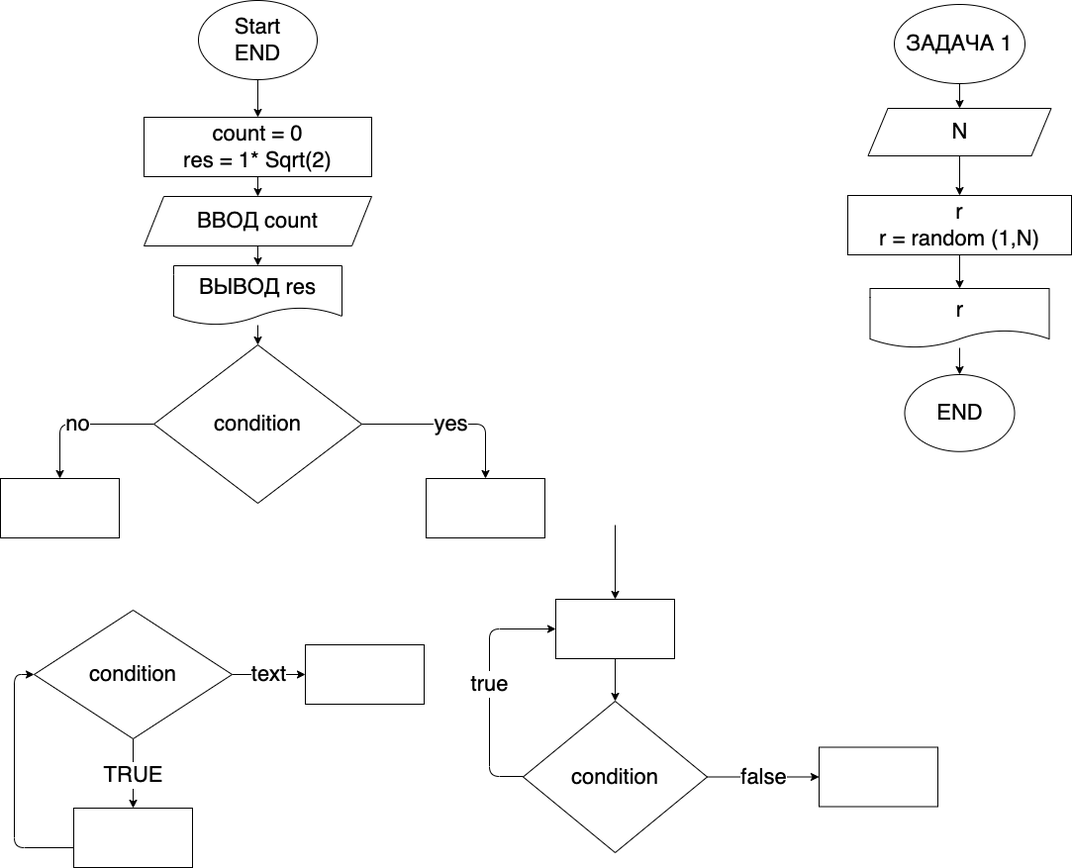
DiNorva/practice_temp keeps this draw.io diagram as ex000.drawio.png. Above is the earlier version. Source tidied: cells renumbered, new cells last; positions are measured from the earlier drawing's top-left corner, leaving out a move shared by most shapes.
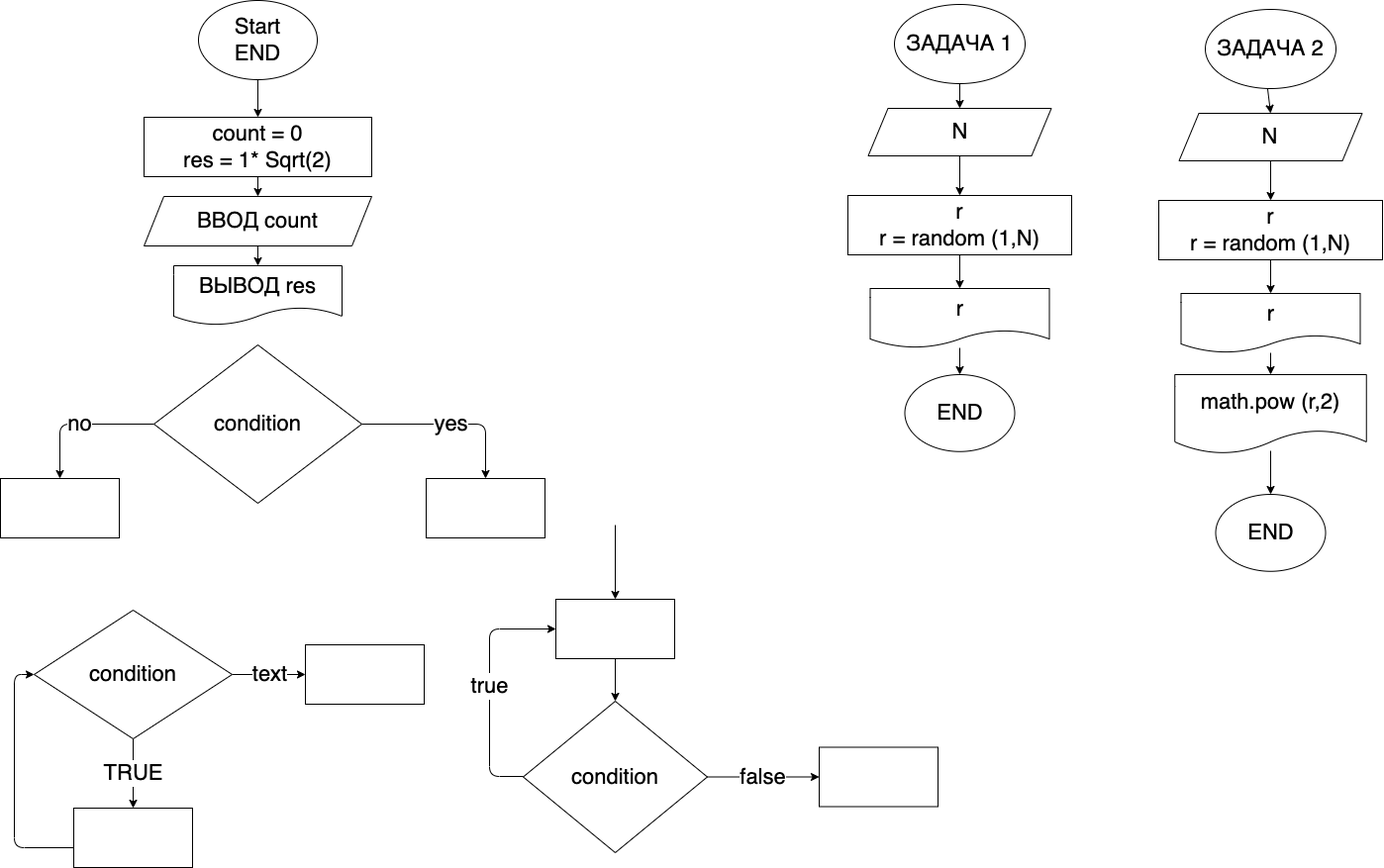
After the change.

Commit message:
Задача 2. Показать на экран случайное число от 1 до N, а потом показать квадрат этого числа

What changed in the source:
```diff
@@ -20,9 +20,6 @@
     <mxCell id="7" value="ВВОД count" style="shape=parallelogram;perimeter=parallelogramPerimeter;whiteSpace=wrap;html=1;fixedSize=1;fontSize=22;" parent="1" vertex="1">
       <mxGeometry x="145" y="198" width="230" height="50" as="geometry" />
     </mxCell>
-    <mxCell id="8" style="edgeStyle=none;html=1;fontSize=22;" parent="1" edge="1" source="9" target="12">
-      <mxGeometry relative="1" as="geometry" />
-    </mxCell>
     <mxCell id="9" value="ВЫВОД res" style="shape=document;whiteSpace=wrap;html=1;boundedLbl=1;fontSize=22;" parent="1" vertex="1">
       <mxGeometry x="175" y="268" width="170" height="60" as="geometry" />
     </mxCell>
@@ -129,5 +126,40 @@
     <mxCell id="36" value="END" style="ellipse;whiteSpace=wrap;html=1;fontSize=22;" parent="1" vertex="1">
       <mxGeometry x="913.5" y="378" width="111" height="77.8" as="geometry" />
     </mxCell>
+    <mxCell id="37" style="edgeStyle=none;html=1;fontSize=22;" parent="1" edge="1" source="38" target="40">
+      <mxGeometry relative="1" as="geometry" />
+    </mxCell>
+    <mxCell id="38" value="ЗАДАЧА 2" style="ellipse;whiteSpace=wrap;html=1;fontSize=22;" parent="1" vertex="1">
+      <mxGeometry x="1217" y="9" width="132" height="80" as="geometry" />
+    </mxCell>
+    <mxCell id="39" style="edgeStyle=none;html=1;fontSize=22;" parent="1" edge="1" source="40" target="42">
+      <mxGeometry relative="1" as="geometry" />
+    </mxCell>
+    <mxCell id="40" value="N" style="shape=parallelogram;perimeter=parallelogramPerimeter;whiteSpace=wrap;html=1;fixedSize=1;fontSize=22;" parent="1" vertex="1">
+      <mxGeometry x="1190.5" y="114" width="185" height="48" as="geometry" />
+    </mxCell>
+    <mxCell id="41" style="edgeStyle=none;html=1;fontSize=22;" parent="1" edge="1" source="42" target="44">
+      <mxGeometry relative="1" as="geometry" />
+    </mxCell>
+    <mxCell id="42" value="r&lt;br&gt;r = random (1,N)" style="whiteSpace=wrap;html=1;fontSize=22;" parent="1" vertex="1">
+      <mxGeometry x="1170" y="202" width="226" height="60" as="geometry" />
+    </mxCell>
+    <mxCell id="43" style="edgeStyle=none;html=1;" parent="1" edge="1" source="44" target="46">
+      <mxGeometry relative="1" as="geometry" />
+    </mxCell>
+    <mxCell id="44" value="r" style="shape=document;whiteSpace=wrap;html=1;boundedLbl=1;fontSize=22;" parent="1" vertex="1">
+      <mxGeometry x="1192.5" y="296" width="181" height="60" as="geometry" />
+    </mxCell>
+    <mxCell id="45" value="END" style="ellipse;whiteSpace=wrap;html=1;fontSize=22;" parent="1" vertex="1">
+      <mxGeometry x="1227.5" y="499" width="111" height="77.8" as="geometry" />
+    </mxCell>
+    <mxCell id="46" value="math.pow (r,2)" style="shape=document;whiteSpace=wrap;html=1;boundedLbl=1;fontSize=22;" parent="1" vertex="1">
+      <mxGeometry x="1186.2" y="378" width="193.5" height="80" as="geometry" />
+    </mxCell>
+    <mxCell id="47" style="endArrow=classic;html=1;entryX=0.5;entryY=0;entryDx=0;entryDy=0;" parent="1" edge="1" target="45">
+      <mxGeometry relative="1" as="geometry">
+        <mxPoint x="1283" y="455" as="sourcePoint" />
+      </mxGeometry>
+    </mxCell>
   </root>
 </mxGraphModel>
```
